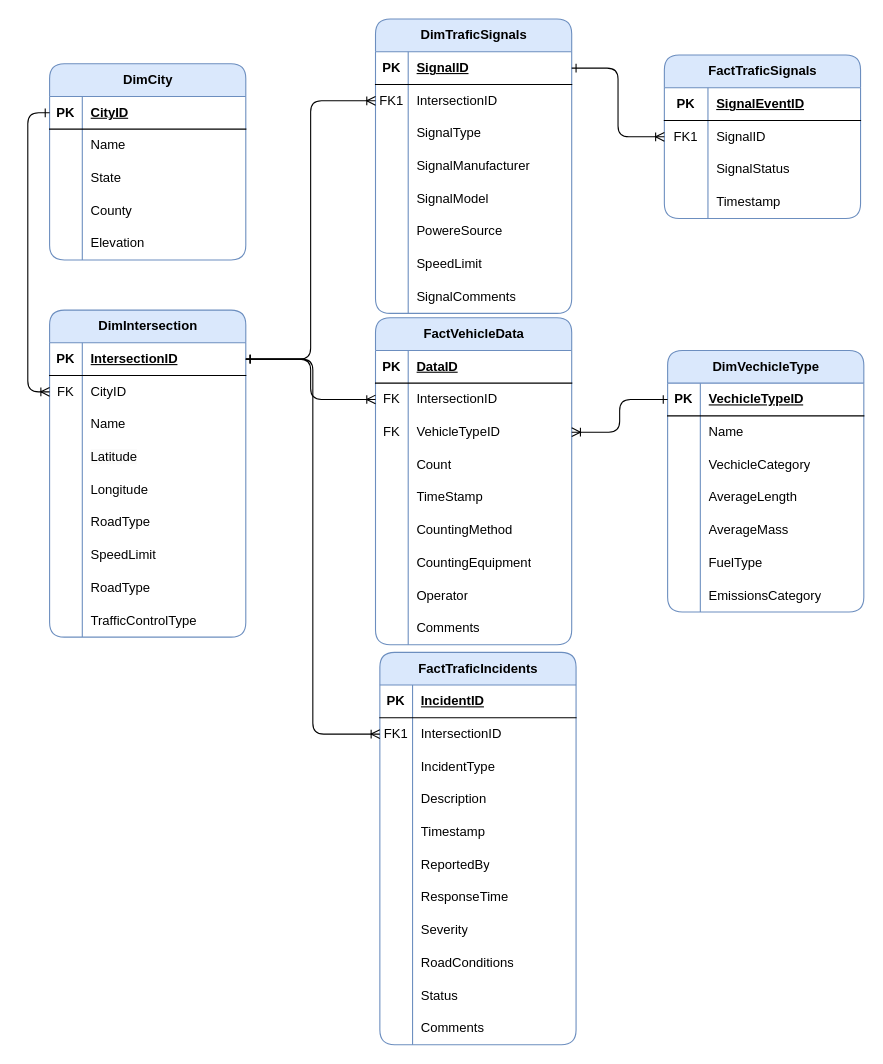
Earlier version of the draw.io diagram page "Page2" (2 of 2) of ICA03.drawio (Kishan-Teja/TestVSCode_MacM22023). Source tidied: cells renumbered, new cells numbered last; positions are measured from the earlier drawing's top-left corner, leaving out a move shared by most shapes. Both pictures are drawn from the tidied source at 109%, with x=0, y=0 at pixel (49, 19).
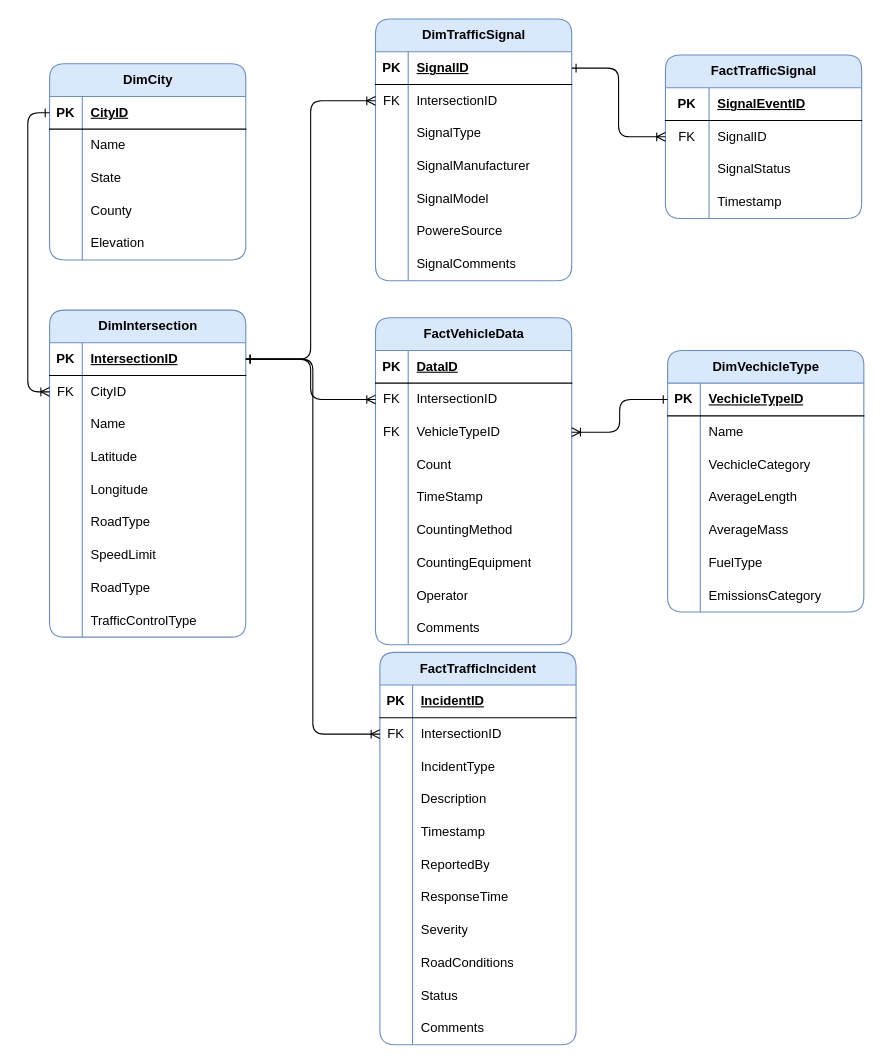
The same page after the edit.

The change refers to these unchanged cells:
```xml
<mxCell id="50" style="shape=tableRow;horizontal=0;startSize=0;swimlaneHead=0;swimlaneBody=0;fillColor=none;points=[[0,0.5],[1,0.5]];portConstraint=eastwest;top=0;left=0;right=0;bottom=0;rounded=1;" parent="46" vertex="1">
  <mxGeometry y="60" width="180" height="30" as="geometry" />
</mxCell>
<mxCell id="75" style="shape=tableRow;horizontal=0;startSize=0;swimlaneHead=0;swimlaneBody=0;fillColor=none;points=[[0,0.5],[1,0.5]];portConstraint=eastwest;top=0;left=0;right=0;bottom=0;rounded=1;" parent="71" vertex="1">
  <mxGeometry y="60" width="180" height="30" as="geometry" />
</mxCell>
<mxCell id="138" style="shape=tableRow;horizontal=0;startSize=0;swimlaneHead=0;swimlaneBody=0;fillColor=none;points=[[0,0.5],[1,0.5]];portConstraint=eastwest;top=0;left=0;right=0;bottom=0;rounded=1;" parent="134" vertex="1">
  <mxGeometry y="60" width="180" height="30" as="geometry" />
</mxCell>
```

Diff of the diagram source:
```diff
@@
-    <mxCell id="46" value="DimTraficSignals" style="shape=table;startSize=30;childLayout=tableLayout;rowLines=0;fontStyle=1;align=center;html=1;fillColor=#dae8fc;strokeColor=#6c8ebf;rounded=1;" parent="1" vertex="1">
-      <mxGeometry x="299" width="180" height="270" as="geometry" />
+    <mxCell id="46" value="DimTrafficSignal" style="shape=table;startSize=30;childLayout=tableLayout;rowLines=0;fontStyle=1;align=center;html=1;fillColor=#dae8fc;strokeColor=#6c8ebf;rounded=1;" parent="1" vertex="1">
+      <mxGeometry x="299" width="180" height="240" as="geometry" />
     </mxCell>
@@
-    <mxCell id="51" value="FK1" style="shape=partialRectangle;fillColor=none;top=0;left=0;bottom=0;right=0;overflow=hidden;whiteSpace=wrap;html=1;rounded=1;" parent="50" vertex="1">
+    <mxCell id="51" value="FK" style="shape=partialRectangle;fillColor=none;top=0;left=0;bottom=0;right=0;overflow=hidden;whiteSpace=wrap;html=1;rounded=1;" parent="50" vertex="1">
       <mxGeometry width="30" height="30" as="geometry" />
     </mxCell>
@@
-    <mxCell id="65" style="shape=tableRow;horizontal=0;startSize=0;swimlaneHead=0;swimlaneBody=0;fillColor=none;top=0;left=0;right=0;bottom=0;rounded=1;" parent="46" vertex="1">
-      <mxGeometry y="210" width="180" height="30" as="geometry" />
-    </mxCell>
-    <mxCell id="66" style="shape=partialRectangle;fillColor=none;top=0;left=0;bottom=0;right=0;overflow=hidden;whiteSpace=wrap;html=1;rounded=1;" parent="65" vertex="1">
-      <mxGeometry width="30" height="30" as="geometry" />
-    </mxCell>
-    <mxCell id="67" value="SpeedLimit" style="shape=partialRectangle;fillColor=none;top=0;left=0;bottom=0;right=0;align=left;spacingLeft=6;overflow=hidden;whiteSpace=wrap;html=1;rounded=1;" parent="65" vertex="1">
-      <mxGeometry x="30" width="150" height="30" as="geometry" />
-    </mxCell>
     <mxCell id="68" style="shape=tableRow;horizontal=0;startSize=0;swimlaneHead=0;swimlaneBody=0;fillColor=none;top=0;left=0;right=0;bottom=0;rounded=1;" parent="46" vertex="1">
-      <mxGeometry y="240" width="180" height="30" as="geometry" />
+      <mxGeometry y="210" width="180" height="30" as="geometry" />
     </mxCell>
@@
-    <mxCell id="71" value="FactTraficSignals" style="shape=table;startSize=30;childLayout=tableLayout;rowLines=0;fontStyle=1;align=center;html=1;fillColor=#dae8fc;strokeColor=#6c8ebf;rounded=1;" parent="1" vertex="1">
-      <mxGeometry x="564" y="33" width="180" height="150" as="geometry" />
+    <mxCell id="71" value="FactTrafficSignal" style="shape=table;startSize=30;childLayout=tableLayout;rowLines=0;fontStyle=1;align=center;html=1;fillColor=#dae8fc;strokeColor=#6c8ebf;rounded=1;" parent="1" vertex="1">
+      <mxGeometry x="565" y="33" width="180" height="150" as="geometry" />
     </mxCell>
@@
-    <mxCell id="76" value="FK1" style="shape=partialRectangle;fillColor=none;top=0;left=0;bottom=0;right=0;overflow=hidden;whiteSpace=wrap;html=1;rounded=1;" parent="75" vertex="1">
+    <mxCell id="76" value="FK" style="shape=partialRectangle;fillColor=none;top=0;left=0;bottom=0;right=0;overflow=hidden;whiteSpace=wrap;html=1;rounded=1;" parent="75" vertex="1">
       <mxGeometry width="40" height="30" as="geometry" />
     </mxCell>
@@
-    <mxCell id="134" value="FactTraficIncidents" style="shape=table;startSize=30;childLayout=tableLayout;rowLines=0;fontStyle=1;align=center;html=1;fillColor=#dae8fc;strokeColor=#6c8ebf;rounded=1;" parent="1" vertex="1">
+    <mxCell id="134" value="FactTrafficIncident" style="shape=table;startSize=30;childLayout=tableLayout;rowLines=0;fontStyle=1;align=center;html=1;fillColor=#dae8fc;strokeColor=#6c8ebf;rounded=1;" parent="1" vertex="1">
       <mxGeometry x="303" y="581" width="180" height="360" as="geometry" />
     </mxCell>
@@
-    <mxCell id="139" value="FK1" style="shape=partialRectangle;fillColor=none;top=0;left=0;bottom=0;right=0;overflow=hidden;whiteSpace=wrap;html=1;rounded=1;" parent="138" vertex="1">
+    <mxCell id="139" value="FK" style="shape=partialRectangle;fillColor=none;top=0;left=0;bottom=0;right=0;overflow=hidden;whiteSpace=wrap;html=1;rounded=1;" parent="138" vertex="1">
       <mxGeometry width="30" height="30" as="geometry" />
     </mxCell>
```
